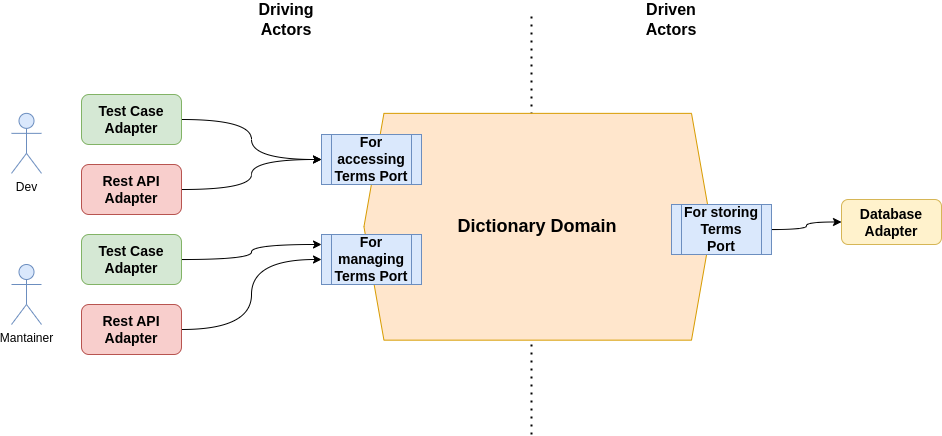
Earlier version of the draw.io export docs/hexagonal-architecture.png (LeonardoZ/dictionary-ts-hexagonal-node). Source tidied: cells renumbered, new cells last; positions are measured from the earlier drawing's top-left corner, leaving out a move shared by most shapes.
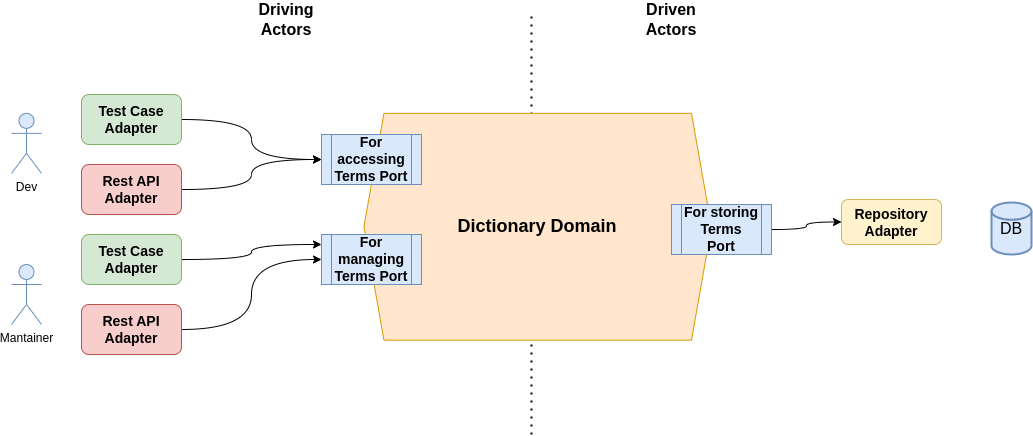
Above is the later version.

Commit message:
fix: hex archi diagram

What changed in the source:
```diff
@@ -41,7 +41,7 @@
     <mxCell id="13" value="For storing Terms&lt;br&gt;Port" style="shape=process;whiteSpace=wrap;html=1;backgroundOutline=1;fontSize=14;fillColor=#dae8fc;strokeColor=#6c8ebf;fontStyle=1;" parent="1" vertex="1">
       <mxGeometry x="660" y="200" width="100" height="50" as="geometry" />
     </mxCell>
-    <mxCell id="14" value="Database Adapter" style="rounded=1;whiteSpace=wrap;html=1;fontSize=14;fillColor=#fff2cc;strokeColor=#d6b656;fontStyle=1;" parent="1" vertex="1">
+    <mxCell id="14" value="Repository Adapter" style="rounded=1;whiteSpace=wrap;html=1;fontSize=14;fillColor=#fff2cc;strokeColor=#d6b656;fontStyle=1;" parent="1" vertex="1">
       <mxGeometry x="830" y="195" width="100" height="45" as="geometry" />
     </mxCell>
     <mxCell id="15" value="Dev" style="shape=umlActor;verticalLabelPosition=bottom;verticalAlign=top;html=1;fillColor=#dae8fc;strokeColor=#6c8ebf;" parent="1" vertex="1">
@@ -64,5 +64,8 @@
     <mxCell id="20" value="Rest API Adapter" style="rounded=1;whiteSpace=wrap;html=1;fontSize=14;fontStyle=1;fillColor=#f8cecc;strokeColor=#b85450;" parent="1" vertex="1">
       <mxGeometry x="70" y="300" width="100" height="50" as="geometry" />
     </mxCell>
+    <mxCell id="21" value="DB" style="strokeWidth=2;html=1;shape=mxgraph.flowchart.database;whiteSpace=wrap;fontSize=16;fillColor=#dae8fc;strokeColor=#6c8ebf;" parent="1" vertex="1">
+      <mxGeometry x="980" y="198" width="40" height="52" as="geometry" />
+    </mxCell>
   </root>
 </mxGraphModel>
```
